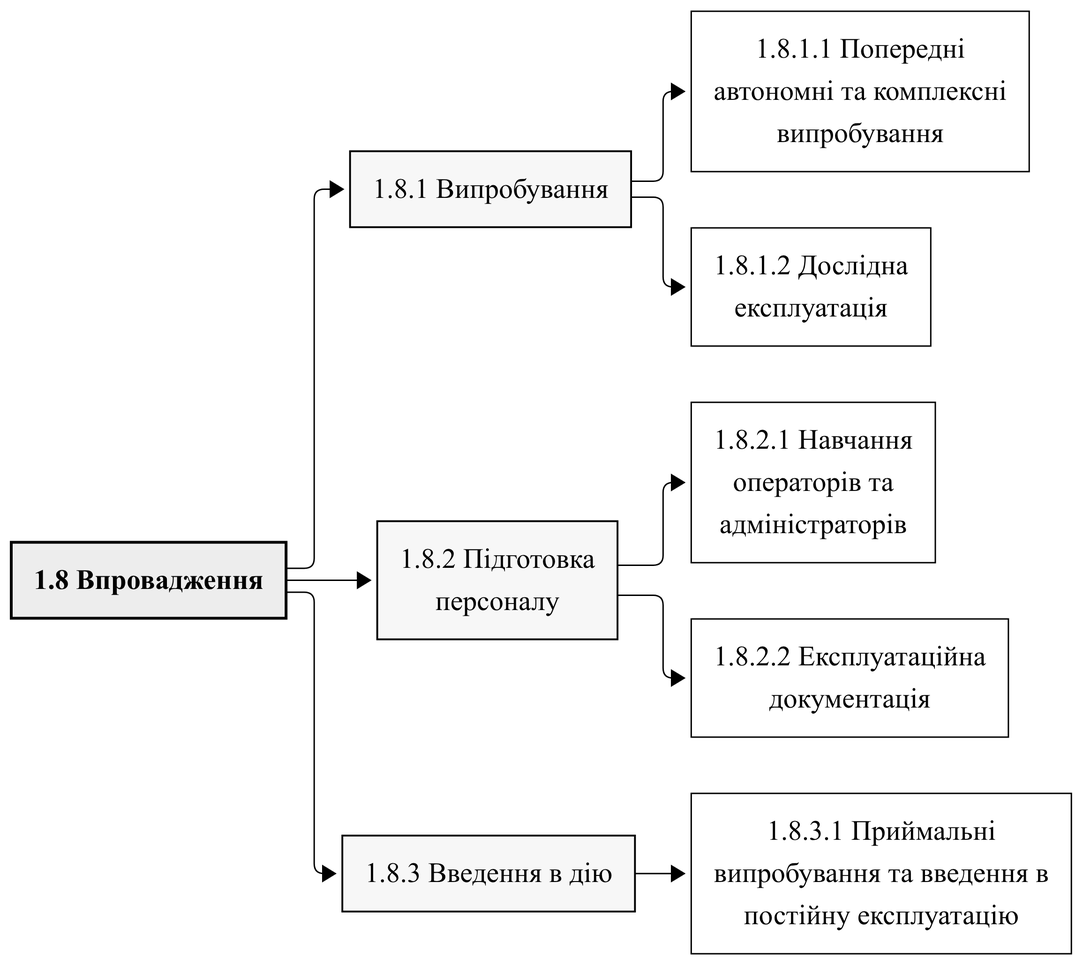
This is lab1/diagrams/15_wbs_1_8.png from KravAvfv/-_2026, a Mermaid export, as it was before one commit. Its source is kept beside it as lab1/diagrams/15_wbs_1_8.mmd.
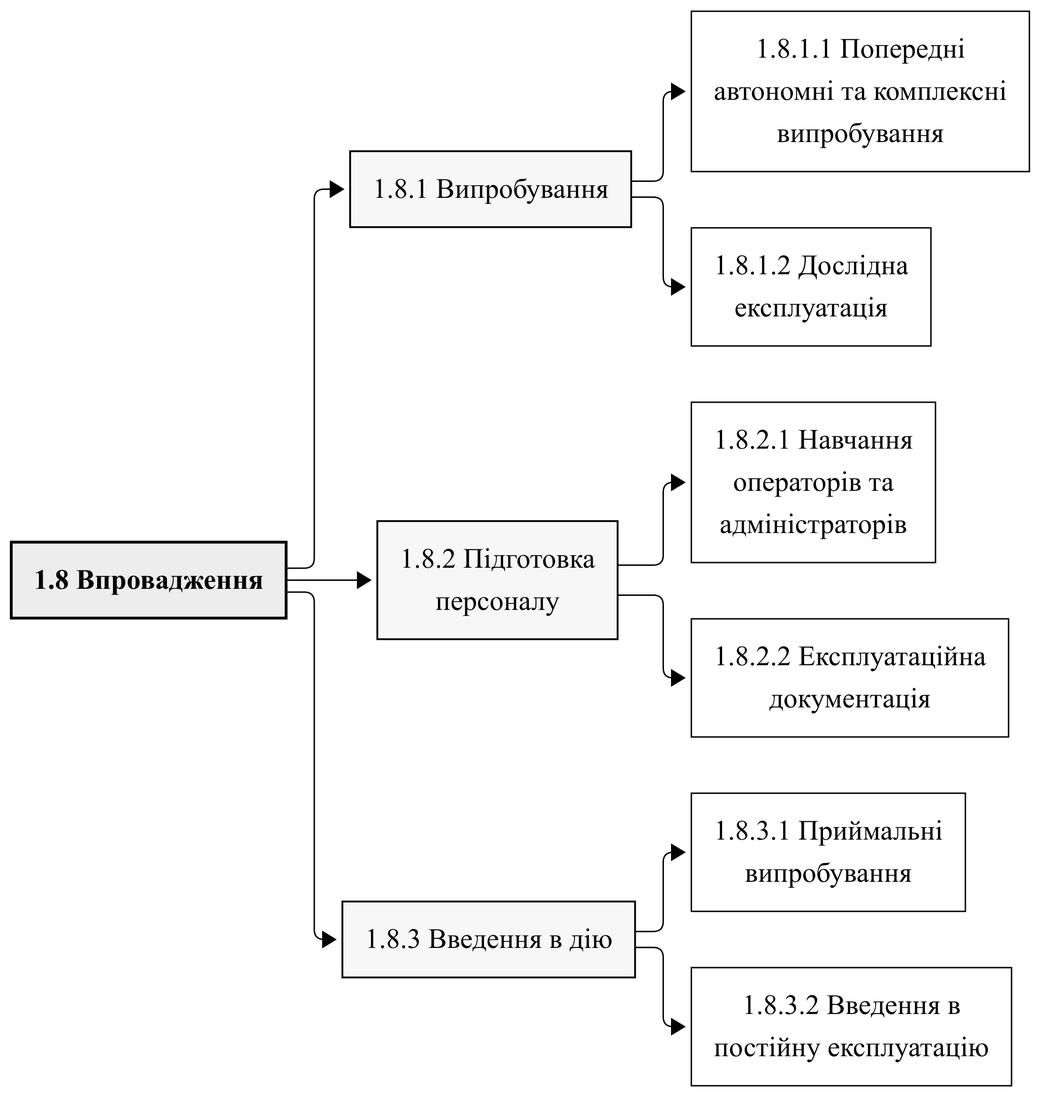
The same diagram one commit later.

What changed in the source:
```diff
@@ -20,5 +20,7 @@
   N1_8_2 --> N1_8_2_2
   N1_8_3["1.8.3 Введення в дію"]:::l2
   N1_8 --> N1_8_3
-  N1_8_3_1["1.8.3.1 Приймальні<br/>випробування та введення в<br/>постійну експлуатацію"]:::l3
+  N1_8_3_1["1.8.3.1 Приймальні<br/>випробування"]:::l3
   N1_8_3 --> N1_8_3_1
+  N1_8_3_2["1.8.3.2 Введення в<br/>постійну експлуатацію"]:::l3
+  N1_8_3 --> N1_8_3_2
```
